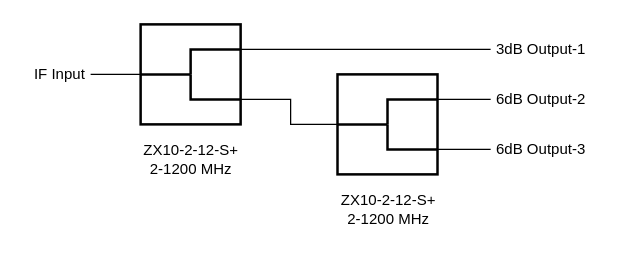
This is MEMOS/2024-02 IF Splitter/Latex_Version/schematics/IF_splitter.drawio from SETIatHCRO/Front-Page, a draw.io file, before an edit. Source tidied: cells renumbered, new cells numbered last; positions are measured from the earlier drawing's top-left corner, leaving out a move shared by most shapes. Both pictures are drawn from the tidied source at 125%, with x=0, y=0 at pixel (21, 24).
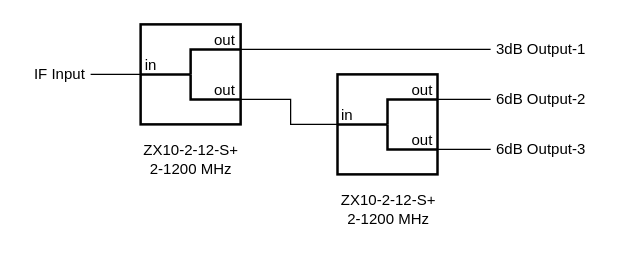
The same diagram, later.

Unchanged cells that the change refers to:
```xml
<mxCell id="2" style="rounded=0;whiteSpace=wrap;html=1;strokeWidth=2;" parent="1" vertex="1">
  <mxGeometry x="95" width="80" height="80" as="geometry" />
</mxCell>
<mxCell id="16" value="6dB Output-2" style="text;html=1;align=center;verticalAlign=middle;points=[];strokeColor=none;fillColor=none;" parent="1" vertex="1">
  <mxGeometry x="370" y="45" width="90" height="30" as="geometry" />
</mxCell>
```

What changed in the source:
```diff
@@
-    <mxCell id="6" style="rounded=0;whiteSpace=wrap;html=1;strokeWidth=2;" parent="1" vertex="1">
-      <mxGeometry x="252.5" y="40" width="80" height="80" as="geometry" />
-    </mxCell>
-    <mxCell id="7" style="endArrow=none;html=1;rounded=0;strokeWidth=2;" parent="1" edge="1">
-      <mxGeometry relative="1" as="geometry">
-        <mxPoint x="252.5" y="80" as="sourcePoint" />
-        <mxPoint x="292.5" y="80" as="targetPoint" />
-        <Array as="points">
-          <mxPoint x="292.5" y="80" />
-        </Array>
-      </mxGeometry>
-    </mxCell>
-    <mxCell id="8" style="endArrow=none;html=1;rounded=0;exitX=1;exitY=0.25;exitDx=0;exitDy=0;strokeWidth=2;" parent="1" edge="1" source="6">
-      <mxGeometry relative="1" as="geometry">
-        <mxPoint x="292.5" y="80" as="targetPoint" />
-        <Array as="points">
-          <mxPoint x="292.5" y="60" />
-        </Array>
-      </mxGeometry>
-    </mxCell>
-    <mxCell id="9" style="endArrow=none;html=1;rounded=0;exitX=1;exitY=0.75;exitDx=0;exitDy=0;strokeWidth=2;" parent="1" edge="1" source="6">
-      <mxGeometry relative="1" as="geometry">
-        <mxPoint x="292.5" y="80" as="targetPoint" />
-        <Array as="points">
-          <mxPoint x="292.5" y="100" />
-        </Array>
-      </mxGeometry>
-    </mxCell>
@@
-    <mxCell id="11" style="endArrow=none;html=1;rounded=0;exitX=1;exitY=0.75;exitDx=0;exitDy=0;entryX=0;entryY=0.5;entryDx=0;entryDy=0;" parent="1" edge="1" source="2" target="6">
+    <mxCell id="11" style="endArrow=none;html=1;rounded=0;exitX=1;exitY=0.75;exitDx=0;exitDy=0;entryX=0;entryY=0.5;entryDx=0;entryDy=0;" parent="1" edge="1" source="2">
       <mxGeometry relative="1" as="geometry">
+        <mxPoint x="252.5" y="80" as="targetPoint" />
         <Array as="points">
           <mxPoint x="215" y="60" />
           <mxPoint x="215" y="80" />
         </Array>
       </mxGeometry>
     </mxCell>
-    <mxCell id="12" style="endArrow=none;html=1;rounded=0;exitX=1;exitY=0.25;exitDx=0;exitDy=0;entryX=0.056;entryY=0.5;entryDx=0;entryDy=0;entryPerimeter=0;" parent="1" edge="1" source="6" target="16">
-      <mxGeometry relative="1" as="geometry" />
+    <mxCell id="12" style="endArrow=none;html=1;rounded=0;exitX=1;exitY=0.25;exitDx=0;exitDy=0;entryX=0.056;entryY=0.5;entryDx=0;entryDy=0;entryPerimeter=0;" parent="1" edge="1" target="16">
+      <mxGeometry relative="1" as="geometry">
+        <mxPoint x="332.5" y="60" as="sourcePoint" />
+      </mxGeometry>
     </mxCell>
@@
+    <mxCell id="21" value="out" style="text;html=1;align=center;verticalAlign=middle;strokeColor=none;fillColor=none;" parent="1" vertex="1">
+      <mxGeometry x="142" y="-2" width="40" height="30" as="geometry" />
+    </mxCell>
+    <mxCell id="22" value="out" style="text;html=1;align=center;verticalAlign=middle;strokeColor=none;fillColor=none;" parent="1" vertex="1">
+      <mxGeometry x="142" y="38" width="40" height="30" as="geometry" />
+    </mxCell>
+    <mxCell id="23" value="in" style="text;html=1;align=center;verticalAlign=middle;strokeColor=none;fillColor=none;" parent="1" vertex="1">
+      <mxGeometry x="87.5" y="18" width="30" height="30" as="geometry" />
+    </mxCell>
+    <mxCell id="6" style="rounded=0;whiteSpace=wrap;html=1;strokeWidth=2;" parent="1" vertex="1">
+      <mxGeometry x="252.5" y="40" width="80" height="80" as="geometry" />
+    </mxCell>
+    <mxCell id="24" style="endArrow=none;html=1;rounded=0;strokeWidth=2;" parent="1" edge="1">
+      <mxGeometry relative="1" as="geometry">
+        <mxPoint x="252.5" y="80" as="sourcePoint" />
+        <mxPoint x="292.5" y="80" as="targetPoint" />
+        <Array as="points">
+          <mxPoint x="292.5" y="80" />
+        </Array>
+      </mxGeometry>
+    </mxCell>
+    <mxCell id="25" style="endArrow=none;html=1;rounded=0;exitX=1;exitY=0.25;exitDx=0;exitDy=0;strokeWidth=2;" parent="1" edge="1" source="6">
+      <mxGeometry relative="1" as="geometry">
+        <mxPoint x="292.5" y="80" as="targetPoint" />
+        <Array as="points">
+          <mxPoint x="292.5" y="60" />
+        </Array>
+      </mxGeometry>
+    </mxCell>
+    <mxCell id="26" style="endArrow=none;html=1;rounded=0;exitX=1;exitY=0.75;exitDx=0;exitDy=0;strokeWidth=2;" parent="1" edge="1" source="6">
+      <mxGeometry relative="1" as="geometry">
+        <mxPoint x="292.5" y="80" as="targetPoint" />
+        <Array as="points">
+          <mxPoint x="292.5" y="100" />
+        </Array>
+      </mxGeometry>
+    </mxCell>
+    <mxCell id="27" value="in" style="text;html=1;align=center;verticalAlign=middle;strokeColor=none;fillColor=none;" parent="1" vertex="1">
+      <mxGeometry x="245" y="58" width="30" height="30" as="geometry" />
+    </mxCell>
+    <mxCell id="28" value="out" style="text;html=1;align=center;verticalAlign=middle;strokeColor=none;fillColor=none;" parent="1" vertex="1">
+      <mxGeometry x="300" y="38" width="40" height="30" as="geometry" />
+    </mxCell>
+    <mxCell id="29" value="out" style="text;html=1;align=center;verticalAlign=middle;strokeColor=none;fillColor=none;" parent="1" vertex="1">
+      <mxGeometry x="300" y="78" width="40" height="30" as="geometry" />
+    </mxCell>
```
